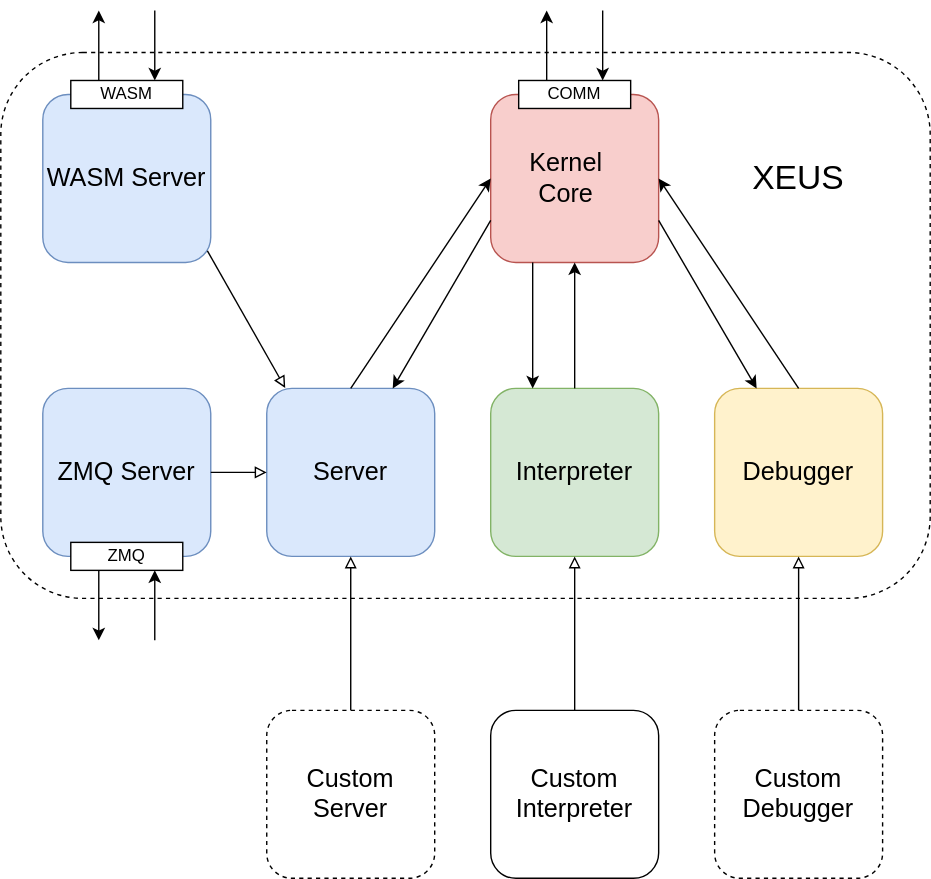
Earlier version of the draw.io export docs/source/xeus_archi.svg (jupyter-xeus/xeus). Source tidied: cells renumbered, new cells last; positions are measured from the earlier drawing's top-left corner, leaving out a move shared by most shapes.
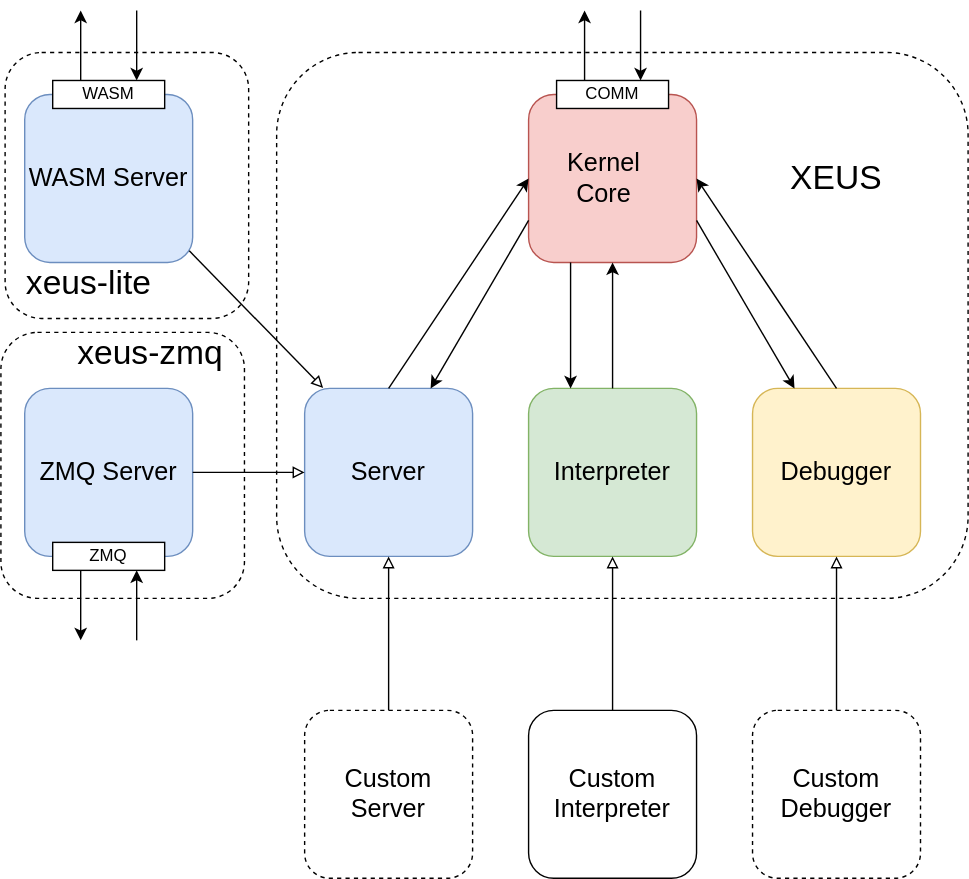
The same diagram one commit later.

Diff of the diagram source:
```diff
@@ -3,122 +3,134 @@
     <mxCell id="0" />
     <mxCell id="1" parent="0" />
     <mxCell id="2" style="rounded=1;whiteSpace=wrap;html=1;dashed=1;" parent="1" vertex="1">
-      <mxGeometry y="30" width="664" height="390" as="geometry" />
+      <mxGeometry x="13" y="230" width="174" height="190" as="geometry" />
     </mxCell>
-    <mxCell id="3" style="rounded=1;whiteSpace=wrap;html=1;fillColor=#dae8fc;strokeColor=#6c8ebf;" parent="1" vertex="1">
-      <mxGeometry x="190" y="270" width="120" height="120" as="geometry" />
+    <mxCell id="3" style="rounded=1;whiteSpace=wrap;html=1;dashed=1;" parent="1" vertex="1">
+      <mxGeometry x="16" y="30" width="174" height="190" as="geometry" />
     </mxCell>
-    <mxCell id="4" value="&lt;font style=&quot;font-size: 18px&quot;&gt;Server&lt;/font&gt;" style="text;html=1;strokeColor=none;fillColor=none;align=center;verticalAlign=middle;whiteSpace=wrap;rounded=0;" parent="1" vertex="1">
-      <mxGeometry x="210" y="310" width="80" height="40" as="geometry" />
+    <mxCell id="4" style="rounded=1;whiteSpace=wrap;html=1;dashed=1;" parent="1" vertex="1">
+      <mxGeometry x="210" y="30" width="494" height="390" as="geometry" />
     </mxCell>
-    <mxCell id="5" style="rounded=1;whiteSpace=wrap;html=1;fillColor=#d5e8d4;strokeColor=#82b366;" parent="1" vertex="1">
-      <mxGeometry x="350" y="270" width="120" height="120" as="geometry" />
+    <mxCell id="5" style="rounded=1;whiteSpace=wrap;html=1;fillColor=#dae8fc;strokeColor=#6c8ebf;" parent="1" vertex="1">
+      <mxGeometry x="230" y="270" width="120" height="120" as="geometry" />
     </mxCell>
-    <mxCell id="6" value="&lt;font style=&quot;font-size: 18px&quot;&gt;Interpreter&lt;/font&gt;" style="text;html=1;strokeColor=none;fillColor=none;align=center;verticalAlign=middle;whiteSpace=wrap;rounded=0;" parent="1" vertex="1">
-      <mxGeometry x="350" y="320" width="120" height="20" as="geometry" />
+    <mxCell id="6" value="&lt;font style=&quot;font-size: 18px&quot;&gt;Server&lt;/font&gt;" style="text;html=1;strokeColor=none;fillColor=none;align=center;verticalAlign=middle;whiteSpace=wrap;rounded=0;" parent="1" vertex="1">
+      <mxGeometry x="250" y="310" width="80" height="40" as="geometry" />
     </mxCell>
-    <mxCell id="7" style="rounded=1;whiteSpace=wrap;html=1;fillColor=#f8cecc;strokeColor=#b85450;" parent="1" vertex="1">
-      <mxGeometry x="350" y="60" width="120" height="120" as="geometry" />
+    <mxCell id="7" style="rounded=1;whiteSpace=wrap;html=1;fillColor=#d5e8d4;strokeColor=#82b366;" parent="1" vertex="1">
+      <mxGeometry x="390" y="270" width="120" height="120" as="geometry" />
     </mxCell>
-    <mxCell id="8" value="&lt;font style=&quot;font-size: 18px&quot;&gt;Kernel Core&lt;/font&gt;" style="text;html=1;strokeColor=none;fillColor=none;align=center;verticalAlign=middle;whiteSpace=wrap;rounded=0;" parent="1" vertex="1">
-      <mxGeometry x="364" y="110" width="80" height="20" as="geometry" />
+    <mxCell id="8" value="&lt;font style=&quot;font-size: 18px&quot;&gt;Interpreter&lt;/font&gt;" style="text;html=1;strokeColor=none;fillColor=none;align=center;verticalAlign=middle;whiteSpace=wrap;rounded=0;" parent="1" vertex="1">
+      <mxGeometry x="390" y="320" width="120" height="20" as="geometry" />
     </mxCell>
-    <mxCell id="9" value="&lt;font style=&quot;font-size: 24px&quot;&gt;XEUS&lt;/font&gt;" style="text;html=1;strokeColor=none;fillColor=none;align=center;verticalAlign=middle;whiteSpace=wrap;rounded=0;dashed=1;" parent="1" vertex="1">
-      <mxGeometry x="520" y="95" width="100" height="50" as="geometry" />
+    <mxCell id="9" style="rounded=1;whiteSpace=wrap;html=1;fillColor=#f8cecc;strokeColor=#b85450;" parent="1" vertex="1">
+      <mxGeometry x="390" y="60" width="120" height="120" as="geometry" />
     </mxCell>
-    <mxCell id="10" value="COMM" style="rounded=0;whiteSpace=wrap;html=1;" parent="1" vertex="1">
-      <mxGeometry x="370" y="50" width="80" height="20" as="geometry" />
+    <mxCell id="10" value="&lt;font style=&quot;font-size: 18px&quot;&gt;Kernel Core&lt;/font&gt;" style="text;html=1;strokeColor=none;fillColor=none;align=center;verticalAlign=middle;whiteSpace=wrap;rounded=0;" parent="1" vertex="1">
+      <mxGeometry x="404" y="110" width="80" height="20" as="geometry" />
     </mxCell>
-    <mxCell id="11" value="&lt;font style=&quot;font-size: 18px&quot;&gt;Custom&lt;br&gt;Interpreter&lt;/font&gt;&lt;br&gt;" style="rounded=1;whiteSpace=wrap;html=1;" parent="1" vertex="1">
-      <mxGeometry x="350" y="500" width="120" height="120" as="geometry" />
+    <mxCell id="11" value="&lt;font style=&quot;font-size: 24px&quot;&gt;XEUS&lt;/font&gt;" style="text;html=1;strokeColor=none;fillColor=none;align=center;verticalAlign=middle;whiteSpace=wrap;rounded=0;dashed=1;" parent="1" vertex="1">
+      <mxGeometry x="560" y="95" width="100" height="50" as="geometry" />
     </mxCell>
-    <mxCell id="12" style="endArrow=block;html=1;entryX=0.5;entryY=1;entryDx=0;entryDy=0;exitX=0.5;exitY=0;exitDx=0;exitDy=0;endFill=0;" parent="1" edge="1" source="11" target="5">
-      <mxGeometry relative="1" as="geometry" />
+    <mxCell id="12" value="COMM" style="rounded=0;whiteSpace=wrap;html=1;" parent="1" vertex="1">
+      <mxGeometry x="410" y="50" width="80" height="20" as="geometry" />
     </mxCell>
-    <mxCell id="13" style="rounded=1;whiteSpace=wrap;html=1;fillColor=#fff2cc;strokeColor=#d6b656;" parent="1" vertex="1">
-      <mxGeometry x="510" y="270" width="120" height="120" as="geometry" />
+    <mxCell id="13" value="&lt;font style=&quot;font-size: 18px&quot;&gt;Custom&lt;br&gt;Interpreter&lt;/font&gt;&lt;br&gt;" style="rounded=1;whiteSpace=wrap;html=1;" parent="1" vertex="1">
+      <mxGeometry x="390" y="500" width="120" height="120" as="geometry" />
     </mxCell>
-    <mxCell id="14" value="&lt;font style=&quot;font-size: 18px&quot;&gt;Debugger&lt;/font&gt;" style="text;html=1;strokeColor=none;fillColor=none;align=center;verticalAlign=middle;whiteSpace=wrap;rounded=0;" parent="1" vertex="1">
-      <mxGeometry x="510" y="320" width="120" height="20" as="geometry" />
+    <mxCell id="14" style="endArrow=block;html=1;entryX=0.5;entryY=1;entryDx=0;entryDy=0;exitX=0.5;exitY=0;exitDx=0;exitDy=0;endFill=0;" parent="1" edge="1" source="13" target="7">
+      <mxGeometry relative="1" as="geometry" />
     </mxCell>
-    <mxCell id="15" value="&lt;font style=&quot;font-size: 18px&quot;&gt;Custom&lt;br&gt;Debugger&lt;/font&gt;" style="rounded=1;whiteSpace=wrap;html=1;dashed=1;" parent="1" vertex="1">
-      <mxGeometry x="510" y="500" width="120" height="120" as="geometry" />
+    <mxCell id="15" style="rounded=1;whiteSpace=wrap;html=1;fillColor=#fff2cc;strokeColor=#d6b656;" parent="1" vertex="1">
+      <mxGeometry x="550" y="270" width="120" height="120" as="geometry" />
     </mxCell>
-    <mxCell id="16" style="endArrow=block;html=1;entryX=0.5;entryY=1;entryDx=0;entryDy=0;exitX=0.5;exitY=0;exitDx=0;exitDy=0;endFill=0;" parent="1" edge="1" source="15" target="13">
-      <mxGeometry relative="1" as="geometry" />
+    <mxCell id="16" value="&lt;font style=&quot;font-size: 18px&quot;&gt;Debugger&lt;/font&gt;" style="text;html=1;strokeColor=none;fillColor=none;align=center;verticalAlign=middle;whiteSpace=wrap;rounded=0;" parent="1" vertex="1">
+      <mxGeometry x="550" y="320" width="120" height="20" as="geometry" />
     </mxCell>
-    <mxCell id="17" value="&lt;span style=&quot;font-size: 18px&quot;&gt;ZMQ Server&lt;/span&gt;" style="rounded=1;whiteSpace=wrap;html=1;fillColor=#dae8fc;strokeColor=#6c8ebf;" parent="1" vertex="1">
-      <mxGeometry x="30" y="270" width="120" height="120" as="geometry" />
+    <mxCell id="17" value="&lt;font style=&quot;font-size: 18px&quot;&gt;Custom&lt;br&gt;Debugger&lt;/font&gt;" style="rounded=1;whiteSpace=wrap;html=1;dashed=1;" parent="1" vertex="1">
+      <mxGeometry x="550" y="500" width="120" height="120" as="geometry" />
     </mxCell>
-    <mxCell id="18" value="&lt;span style=&quot;font-size: 18px&quot;&gt;WASM Server&lt;/span&gt;" style="rounded=1;whiteSpace=wrap;html=1;fillColor=#dae8fc;strokeColor=#6c8ebf;" parent="1" vertex="1">
-      <mxGeometry x="30" y="60" width="120" height="120" as="geometry" />
+    <mxCell id="18" style="endArrow=block;html=1;entryX=0.5;entryY=1;entryDx=0;entryDy=0;exitX=0.5;exitY=0;exitDx=0;exitDy=0;endFill=0;" parent="1" edge="1" source="17" target="15">
+      <mxGeometry relative="1" as="geometry" />
     </mxCell>
-    <mxCell id="19" value="ZMQ" style="rounded=0;whiteSpace=wrap;html=1;" parent="1" vertex="1">
-      <mxGeometry x="50" y="380" width="80" height="20" as="geometry" />
+    <mxCell id="19" value="&lt;span style=&quot;font-size: 18px;&quot;&gt;ZMQ Server&lt;/span&gt;" style="rounded=1;whiteSpace=wrap;html=1;fillColor=#dae8fc;strokeColor=#6c8ebf;" parent="1" vertex="1">
+      <mxGeometry x="30" y="270" width="120" height="120" as="geometry" />
     </mxCell>
-    <mxCell id="20" style="endArrow=block;html=1;rounded=0;exitX=1;exitY=0.5;exitDx=0;exitDy=0;endFill=0;entryX=0;entryY=0.5;entryDx=0;entryDy=0;" parent="1" edge="1" source="17" target="3">
-      <mxGeometry relative="1" as="geometry" />
+    <mxCell id="20" value="&lt;span style=&quot;font-size: 18px&quot;&gt;WASM Server&lt;/span&gt;" style="rounded=1;whiteSpace=wrap;html=1;fillColor=#dae8fc;strokeColor=#6c8ebf;" parent="1" vertex="1">
+      <mxGeometry x="30" y="60" width="120" height="120" as="geometry" />
     </mxCell>
-    <mxCell id="21" style="endArrow=block;html=1;rounded=0;exitX=0.98;exitY=0.931;exitDx=0;exitDy=0;entryX=0.11;entryY=-0.003;entryDx=0;entryDy=0;endFill=0;exitPerimeter=0;entryPerimeter=0;" parent="1" edge="1" source="18" target="3">
-      <mxGeometry relative="1" as="geometry" />
+    <mxCell id="21" value="ZMQ" style="rounded=0;whiteSpace=wrap;html=1;" parent="1" vertex="1">
+      <mxGeometry x="50" y="380" width="80" height="20" as="geometry" />
     </mxCell>
-    <mxCell id="22" style="endArrow=classic;html=1;rounded=0;entryX=0;entryY=0.5;entryDx=0;entryDy=0;exitX=0.5;exitY=0;exitDx=0;exitDy=0;" parent="1" edge="1" source="3" target="7">
+    <mxCell id="22" style="endArrow=block;html=1;rounded=0;exitX=1;exitY=0.5;exitDx=0;exitDy=0;endFill=0;entryX=0;entryY=0.5;entryDx=0;entryDy=0;" parent="1" edge="1" source="19" target="5">
       <mxGeometry relative="1" as="geometry" />
     </mxCell>
-    <mxCell id="23" style="endArrow=classic;html=1;rounded=0;entryX=0.75;entryY=0;entryDx=0;entryDy=0;exitX=0;exitY=0.75;exitDx=0;exitDy=0;" parent="1" edge="1" source="7" target="3">
+    <mxCell id="23" style="endArrow=block;html=1;rounded=0;exitX=0.98;exitY=0.931;exitDx=0;exitDy=0;entryX=0.11;entryY=-0.003;entryDx=0;entryDy=0;endFill=0;exitPerimeter=0;entryPerimeter=0;" parent="1" edge="1" source="20" target="5">
       <mxGeometry relative="1" as="geometry" />
     </mxCell>
-    <mxCell id="24" style="endArrow=classic;html=1;rounded=0;entryX=0.25;entryY=0;entryDx=0;entryDy=0;exitX=0.25;exitY=1;exitDx=0;exitDy=0;" parent="1" edge="1" source="7" target="5">
+    <mxCell id="24" style="endArrow=classic;html=1;rounded=0;entryX=0;entryY=0.5;entryDx=0;entryDy=0;exitX=0.5;exitY=0;exitDx=0;exitDy=0;" parent="1" edge="1" source="5" target="9">
       <mxGeometry relative="1" as="geometry" />
     </mxCell>
-    <mxCell id="25" style="endArrow=classic;html=1;rounded=0;entryX=0.5;entryY=1;entryDx=0;entryDy=0;exitX=0.5;exitY=0;exitDx=0;exitDy=0;" parent="1" edge="1" source="5" target="7">
+    <mxCell id="25" style="endArrow=classic;html=1;rounded=0;entryX=0.75;entryY=0;entryDx=0;entryDy=0;exitX=0;exitY=0.75;exitDx=0;exitDy=0;" parent="1" edge="1" source="9" target="5">
       <mxGeometry relative="1" as="geometry" />
     </mxCell>
-    <mxCell id="26" style="endArrow=classic;html=1;rounded=0;entryX=1;entryY=0.5;entryDx=0;entryDy=0;exitX=0.5;exitY=0;exitDx=0;exitDy=0;" parent="1" edge="1" source="13" target="7">
+    <mxCell id="26" style="endArrow=classic;html=1;rounded=0;entryX=0.25;entryY=0;entryDx=0;entryDy=0;exitX=0.25;exitY=1;exitDx=0;exitDy=0;" parent="1" edge="1" source="9" target="7">
       <mxGeometry relative="1" as="geometry" />
     </mxCell>
-    <mxCell id="27" style="endArrow=classic;html=1;rounded=0;entryX=0.25;entryY=0;entryDx=0;entryDy=0;exitX=1;exitY=0.75;exitDx=0;exitDy=0;" parent="1" edge="1" source="7" target="13">
+    <mxCell id="27" style="endArrow=classic;html=1;rounded=0;entryX=0.5;entryY=1;entryDx=0;entryDy=0;exitX=0.5;exitY=0;exitDx=0;exitDy=0;" parent="1" edge="1" source="7" target="9">
       <mxGeometry relative="1" as="geometry" />
     </mxCell>
-    <mxCell id="28" value="&lt;span style=&quot;font-size: 18px&quot;&gt;Custom Server&lt;/span&gt;" style="rounded=1;whiteSpace=wrap;html=1;dashed=1;" parent="1" vertex="1">
-      <mxGeometry x="190" y="500" width="120" height="120" as="geometry" />
+    <mxCell id="28" style="endArrow=classic;html=1;rounded=0;entryX=1;entryY=0.5;entryDx=0;entryDy=0;exitX=0.5;exitY=0;exitDx=0;exitDy=0;" parent="1" edge="1" source="15" target="9">
+      <mxGeometry relative="1" as="geometry" />
     </mxCell>
-    <mxCell id="29" style="endArrow=block;html=1;entryX=0.5;entryY=1;entryDx=0;entryDy=0;exitX=0.5;exitY=0;exitDx=0;exitDy=0;endFill=0;" parent="1" edge="1" source="28" target="3">
+    <mxCell id="29" style="endArrow=classic;html=1;rounded=0;entryX=0.25;entryY=0;entryDx=0;entryDy=0;exitX=1;exitY=0.75;exitDx=0;exitDy=0;" parent="1" edge="1" source="9" target="15">
       <mxGeometry relative="1" as="geometry" />
     </mxCell>
-    <mxCell id="30" style="endArrow=classic;html=1;rounded=0;exitX=0.25;exitY=0;exitDx=0;exitDy=0;" parent="1" edge="1" source="10">
-      <mxGeometry relative="1" as="geometry">
-        <mxPoint x="390" as="targetPoint" />
-      </mxGeometry>
+    <mxCell id="30" value="&lt;span style=&quot;font-size: 18px&quot;&gt;Custom Server&lt;/span&gt;" style="rounded=1;whiteSpace=wrap;html=1;dashed=1;" parent="1" vertex="1">
+      <mxGeometry x="230" y="500" width="120" height="120" as="geometry" />
     </mxCell>
-    <mxCell id="31" style="endArrow=classic;html=1;rounded=0;entryX=0.75;entryY=0;entryDx=0;entryDy=0;" parent="1" edge="1" target="10">
-      <mxGeometry relative="1" as="geometry">
-        <mxPoint x="430" as="sourcePoint" />
-      </mxGeometry>
+    <mxCell id="31" style="endArrow=block;html=1;entryX=0.5;entryY=1;entryDx=0;entryDy=0;exitX=0.5;exitY=0;exitDx=0;exitDy=0;endFill=0;" parent="1" edge="1" source="30" target="5">
+      <mxGeometry relative="1" as="geometry" />
     </mxCell>
-    <mxCell id="32" style="endArrow=classic;html=1;rounded=0;exitX=0.25;exitY=1;exitDx=0;exitDy=0;" parent="1" edge="1" source="19">
+    <mxCell id="32" style="endArrow=classic;html=1;rounded=0;exitX=0.25;exitY=0;exitDx=0;exitDy=0;" parent="1" edge="1" source="12">
       <mxGeometry relative="1" as="geometry">
-        <mxPoint x="70" y="450" as="targetPoint" />
+        <mxPoint x="430" as="targetPoint" />
       </mxGeometry>
     </mxCell>
-    <mxCell id="33" style="endArrow=classic;html=1;rounded=0;entryX=0.75;entryY=1;entryDx=0;entryDy=0;" parent="1" edge="1" target="19">
+    <mxCell id="33" style="endArrow=classic;html=1;rounded=0;entryX=0.75;entryY=0;entryDx=0;entryDy=0;" parent="1" edge="1" target="12">
       <mxGeometry relative="1" as="geometry">
-        <mxPoint x="110" y="450" as="sourcePoint" />
+        <mxPoint x="470" as="sourcePoint" />
       </mxGeometry>
     </mxCell>
-    <mxCell id="34" value="WASM" style="rounded=0;whiteSpace=wrap;html=1;" parent="1" vertex="1">
-      <mxGeometry x="50" y="50" width="80" height="20" as="geometry" />
+    <mxCell id="34" style="endArrow=classic;html=1;rounded=0;exitX=0.25;exitY=1;exitDx=0;exitDy=0;" parent="1" edge="1" source="21">
+      <mxGeometry relative="1" as="geometry">
+        <mxPoint x="70" y="450" as="targetPoint" />
+      </mxGeometry>
     </mxCell>
-    <mxCell id="35" style="endArrow=classic;html=1;rounded=0;exitX=0.25;exitY=0;exitDx=0;exitDy=0;" parent="1" edge="1" source="34">
+    <mxCell id="35" style="endArrow=classic;html=1;rounded=0;entryX=0.75;entryY=1;entryDx=0;entryDy=0;" parent="1" edge="1" target="21">
       <mxGeometry relative="1" as="geometry">
-        <mxPoint x="70" as="targetPoint" />
+        <mxPoint x="110" y="450" as="sourcePoint" />
       </mxGeometry>
     </mxCell>
-    <mxCell id="36" style="endArrow=classic;html=1;rounded=0;entryX=0.75;entryY=0;entryDx=0;entryDy=0;" parent="1" edge="1">
-      <mxGeometry relative="1" as="geometry">
-        <mxPoint x="110" as="sourcePoint" />
-        <mxPoint x="110" y="50" as="targetPoint" />
-      </mxGeometry>
+    <mxCell id="36" value="WASM" style="rounded=0;whiteSpace=wrap;html=1;" parent="1" vertex="1">
+      <mxGeometry x="50" y="50" width="80" height="20" as="geometry" />
     </mxCell>
+    <mxCell id="37" style="endArrow=classic;html=1;rounded=0;exitX=0.25;exitY=0;exitDx=0;exitDy=0;" parent="1" edge="1" source="36">
+      <mxGeometry relative="1" as="geometry">
+        <mxPoint x="70" as="targetPoint" />
+      </mxGeometry>
+    </mxCell>
+    <mxCell id="38" style="endArrow=classic;html=1;rounded=0;entryX=0.75;entryY=0;entryDx=0;entryDy=0;" parent="1" edge="1">
+      <mxGeometry relative="1" as="geometry">
+        <mxPoint x="110" as="sourcePoint" />
+        <mxPoint x="110" y="50" as="targetPoint" />
+      </mxGeometry>
+    </mxCell>
+    <mxCell id="39" value="&lt;font style=&quot;font-size: 24px;&quot;&gt;xeus-lite&lt;/font&gt;" style="text;html=1;strokeColor=none;fillColor=none;align=center;verticalAlign=middle;whiteSpace=wrap;rounded=0;fontSize=18;" parent="1" vertex="1">
+      <mxGeometry x="16" y="180" width="120" height="30" as="geometry" />
+    </mxCell>
+    <mxCell id="40" value="&lt;font style=&quot;font-size: 24px;&quot;&gt;xeus-zmq&lt;/font&gt;" style="text;html=1;strokeColor=none;fillColor=none;align=center;verticalAlign=middle;whiteSpace=wrap;rounded=0;fontSize=18;" parent="1" vertex="1">
+      <mxGeometry x="60" y="230" width="120" height="30" as="geometry" />
+    </mxCell>
   </root>
 </mxGraphModel>
```
